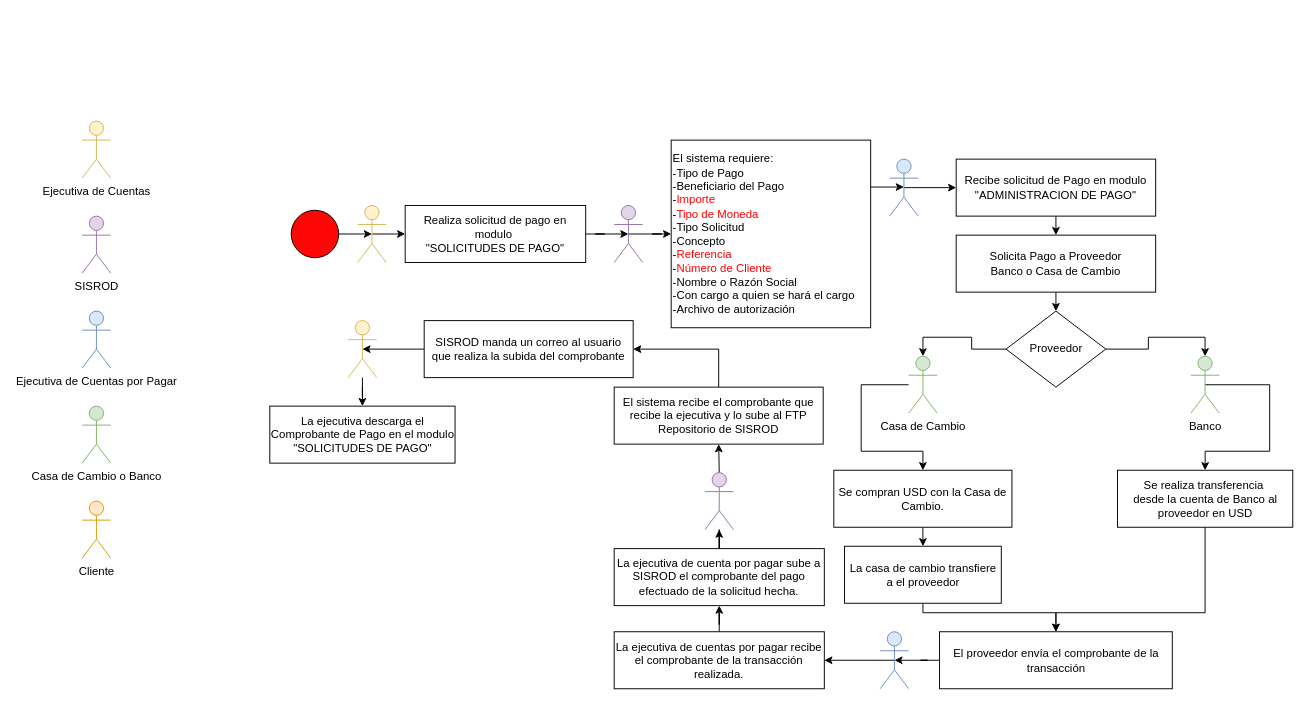
Earlier version of the draw.io diagram Envio de Comprobante de Dolares en Solicitudes de Pago/Proceso con Mejora.drawio (GeersonMena/DiagramasDraw). Source tidied: cells renumbered, new cells numbered last; positions are measured from the earlier drawing's top-left corner, leaving out a move shared by most shapes. Both pictures are drawn from the tidied source at 95%, with x=0, y=0 at pixel (82, 121).
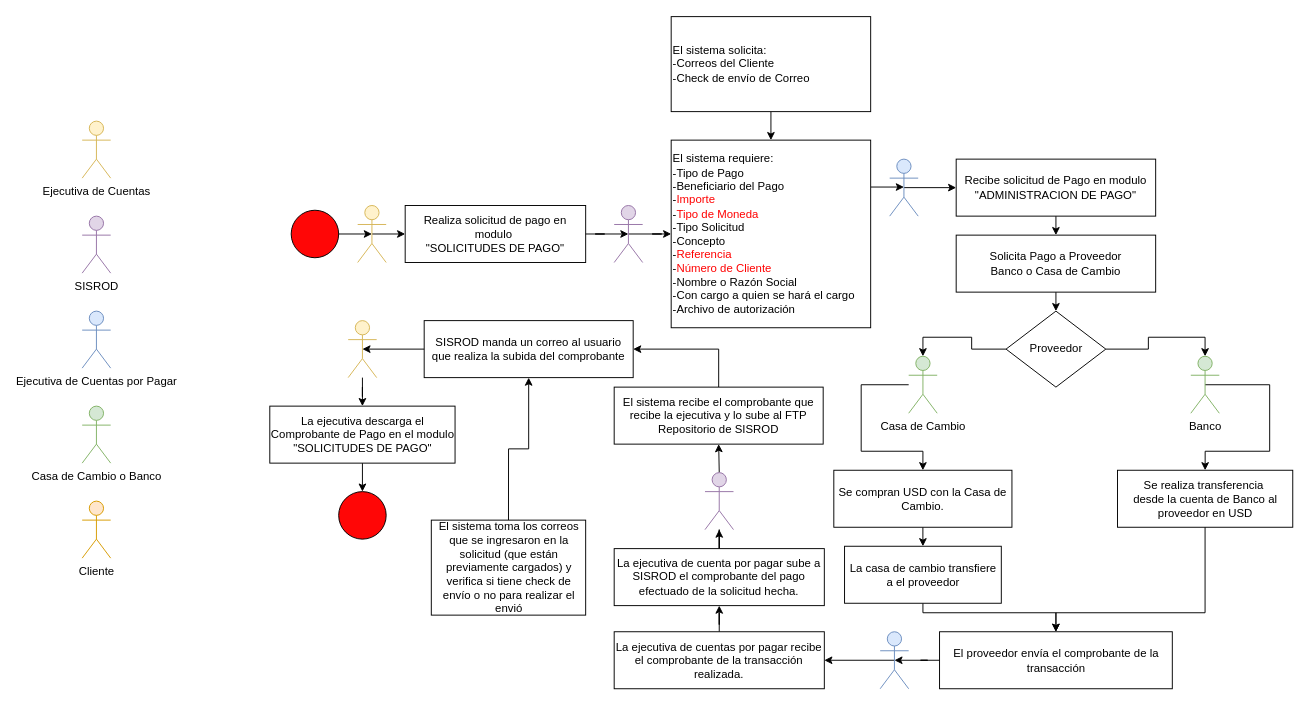
Above is the later version.

Unchanged cells that the change refers to:
```xml
<mxCell id="13" value="&lt;div style=&quot;&quot;&gt;&lt;span style=&quot;background-color: transparent; color: light-dark(rgb(0, 0, 0), rgb(255, 255, 255));&quot;&gt;El sistema requiere:&lt;/span&gt;&lt;/div&gt;&lt;span style=&quot;background-color: transparent; color: light-dark(rgb(0, 0, 0), rgb(255, 255, 255));&quot;&gt;&lt;div style=&quot;&quot;&gt;&lt;span style=&quot;background-color: transparent; color: light-dark(rgb(0, 0, 0), rgb(255, 255, 255));&quot;&gt;-Tipo de Pago&lt;/span&gt;&lt;/div&gt;&lt;/span&gt;&lt;span style=&quot;background-color: transparent; color: light-dark(rgb(0, 0, 0), rgb(255, 255, 255));&quot;&gt;&lt;div style=&quot;&quot;&gt;&lt;span style=&quot;background-color: transparent; color: light-dark(rgb(0, 0, 0), rgb(255, 255, 255));&quot;&gt;-Beneficiario del Pago&lt;/span&gt;&lt;/div&gt;&lt;/span&gt;&lt;span style=&quot;background-color: transparent; color: light-dark(rgb(0, 0, 0), rgb(255, 255, 255));&quot;&gt;&lt;div style=&quot;&quot;&gt;&lt;span style=&quot;background-color: transparent; color: light-dark(rgb(0, 0, 0), rgb(255, 255, 255));&quot;&gt;-&lt;/span&gt;&lt;font style=&quot;background-color: transparent; color: rgb(255, 0, 0);&quot;&gt;Importe&lt;/font&gt;&lt;/div&gt;&lt;/span&gt;&lt;span style=&quot;background-color: transparent; color: light-dark(rgb(0, 0, 0), rgb(255, 255, 255));&quot;&gt;&lt;div style=&quot;&quot;&gt;&lt;span style=&quot;background-color: transparent; color: light-dark(rgb(0, 0, 0), rgb(255, 255, 255));&quot;&gt;-&lt;/span&gt;&lt;span style=&quot;background-color: transparent; color: light-dark(rgb(0, 0, 0), rgb(255, 255, 255));&quot;&gt;&lt;font style=&quot;color: light-dark(rgb(255, 0, 0), rgb(255, 255, 255));&quot;&gt;Tipo de Moneda&lt;/font&gt;&lt;/span&gt;&lt;/div&gt;&lt;/span&gt;&lt;span style=&quot;color: light-dark(rgb(0, 0, 0), rgb(237, 237, 237)); background-color: transparent;&quot;&gt;&lt;div style=&quot;&quot;&gt;&lt;span style=&quot;background-color: transparent; color: light-dark(rgb(0, 0, 0), rgb(237, 237, 237));&quot;&gt;-Tipo Solicitud&amp;nbsp;&lt;/span&gt;&lt;/div&gt;&lt;/span&gt;&lt;span style=&quot;background-color: transparent; color: light-dark(rgb(0, 0, 0), rgb(255, 255, 255));&quot;&gt;&lt;div style=&quot;&quot;&gt;&lt;span style=&quot;background-color: transparent; color: light-dark(rgb(0, 0, 0), rgb(255, 255, 255));&quot;&gt;-Concepto&lt;/span&gt;&lt;/div&gt;&lt;/span&gt;&lt;span style=&quot;background-color: transparent; color: light-dark(rgb(0, 0, 0), rgb(255, 255, 255));&quot;&gt;&lt;div style=&quot;&quot;&gt;&lt;span style=&quot;background-color: transparent; color: light-dark(rgb(0, 0, 0), rgb(255, 255, 255));&quot;&gt;-&lt;/span&gt;&lt;font style=&quot;background-color: transparent; color: rgb(255, 0, 0);&quot;&gt;Referencia&lt;/font&gt;&lt;/div&gt;&lt;/span&gt;&lt;span style=&quot;background-color: transparent; color: light-dark(rgb(0, 0, 0), rgb(255, 255, 255));&quot;&gt;&lt;div style=&quot;&quot;&gt;&lt;span style=&quot;background-color: transparent; color: light-dark(rgb(0, 0, 0), rgb(255, 255, 255));&quot;&gt;-&lt;/span&gt;&lt;font style=&quot;background-color: transparent; color: light-dark(rgb(255, 0, 0), rgb(237, 237, 237));&quot;&gt;Número de Cliente&lt;/font&gt;&lt;/div&gt;&lt;/span&gt;&lt;span style=&quot;background-color: transparent; color: light-dark(rgb(0, 0, 0), rgb(255, 255, 255));&quot;&gt;&lt;div style=&quot;&quot;&gt;&lt;span style=&quot;background-color: transparent; color: light-dark(rgb(0, 0, 0), rgb(255, 255, 255));&quot;&gt;-&lt;/span&gt;&lt;font style=&quot;background-color: transparent; color: light-dark(rgb(0, 0, 0), rgb(255, 255, 255));&quot;&gt;&lt;font style=&quot;color: light-dark(rgb(0, 0, 0), rgb(237, 237, 237));&quot;&gt;Nombre o Razón Social&lt;/font&gt;&lt;/font&gt;&lt;/div&gt;&lt;/span&gt;&lt;span style=&quot;color: light-dark(rgb(0, 0, 0), rgb(237, 237, 237)); background-color: transparent;&quot;&gt;&lt;div style=&quot;&quot;&gt;&lt;span style=&quot;background-color: transparent; color: light-dark(rgb(0, 0, 0), rgb(237, 237, 237));&quot;&gt;-Con cargo a quien se hará el cargo&lt;/span&gt;&lt;/div&gt;&lt;/span&gt;&lt;div style=&quot;&quot;&gt;-Archivo de autorización&lt;/div&gt;" style="rounded=0;whiteSpace=wrap;html=1;align=left;" parent="1" vertex="1">
  <mxGeometry x="620" y="20" width="210" height="197.5" as="geometry" />
</mxCell>
<mxCell id="49" value="SISROD manda un correo al usuario que realiza la subida del comprobante" style="rounded=0;whiteSpace=wrap;html=1;" parent="1" vertex="1">
  <mxGeometry x="360" y="210" width="220" height="60" as="geometry" />
</mxCell>
<mxCell id="51" value="La ejecutiva descarga el Comprobante de Pago en el modulo &quot;SOLICITUDES DE PAGO&quot;" style="rounded=0;whiteSpace=wrap;html=1;" parent="1" vertex="1">
  <mxGeometry x="197.5" y="300" width="195" height="60" as="geometry" />
</mxCell>
```

Change to the diagram source:
```diff
@@
+    <mxCell id="53" style="edgeStyle=orthogonalEdgeStyle;rounded=0;jettySize=auto;html=1;exitX=0.5;exitY=1;exitDx=0;exitDy=0;entryX=0.5;entryY=0;entryDx=0;entryDy=0;" parent="1" edge="1" source="51" target="54">
+      <mxGeometry relative="1" as="geometry" />
+    </mxCell>
@@
+    <mxCell id="54" style="ellipse;whiteSpace=wrap;html=1;fillColor=#FF0606;" parent="1" vertex="1">
+      <mxGeometry x="270" y="390" width="50" height="50" as="geometry" />
+    </mxCell>
+    <mxCell id="55" style="edgeStyle=orthogonalEdgeStyle;rounded=0;jettySize=auto;html=1;exitX=0.5;exitY=1;exitDx=0;exitDy=0;entryX=0.5;entryY=0;entryDx=0;entryDy=0;" parent="1" edge="1" source="56" target="13">
+      <mxGeometry relative="1" as="geometry" />
+    </mxCell>
+    <mxCell id="56" value="El sistema solicita:&lt;br&gt;-Correos del Cliente&lt;div&gt;-Check de envío de Correo&lt;/div&gt;" style="rounded=0;whiteSpace=wrap;html=1;align=left;" parent="1" vertex="1">
+      <mxGeometry x="620" y="-110" width="210" height="100" as="geometry" />
+    </mxCell>
+    <mxCell id="57" style="edgeStyle=orthogonalEdgeStyle;rounded=0;jettySize=auto;html=1;exitX=0.5;exitY=0;exitDx=0;exitDy=0;entryX=0.5;entryY=1;entryDx=0;entryDy=0;" parent="1" edge="1" source="58" target="49">
+      <mxGeometry relative="1" as="geometry" />
+    </mxCell>
+    <mxCell id="58" value="El sistema toma los correos que se ingresaron en la solicitud (que están previamente cargados) y verifica si tiene check de envío o no para realizar el envió" style="rounded=0;whiteSpace=wrap;html=1;align=center;" parent="1" vertex="1">
+      <mxGeometry x="367.5" y="420" width="162.5" height="100" as="geometry" />
+    </mxCell>
```
